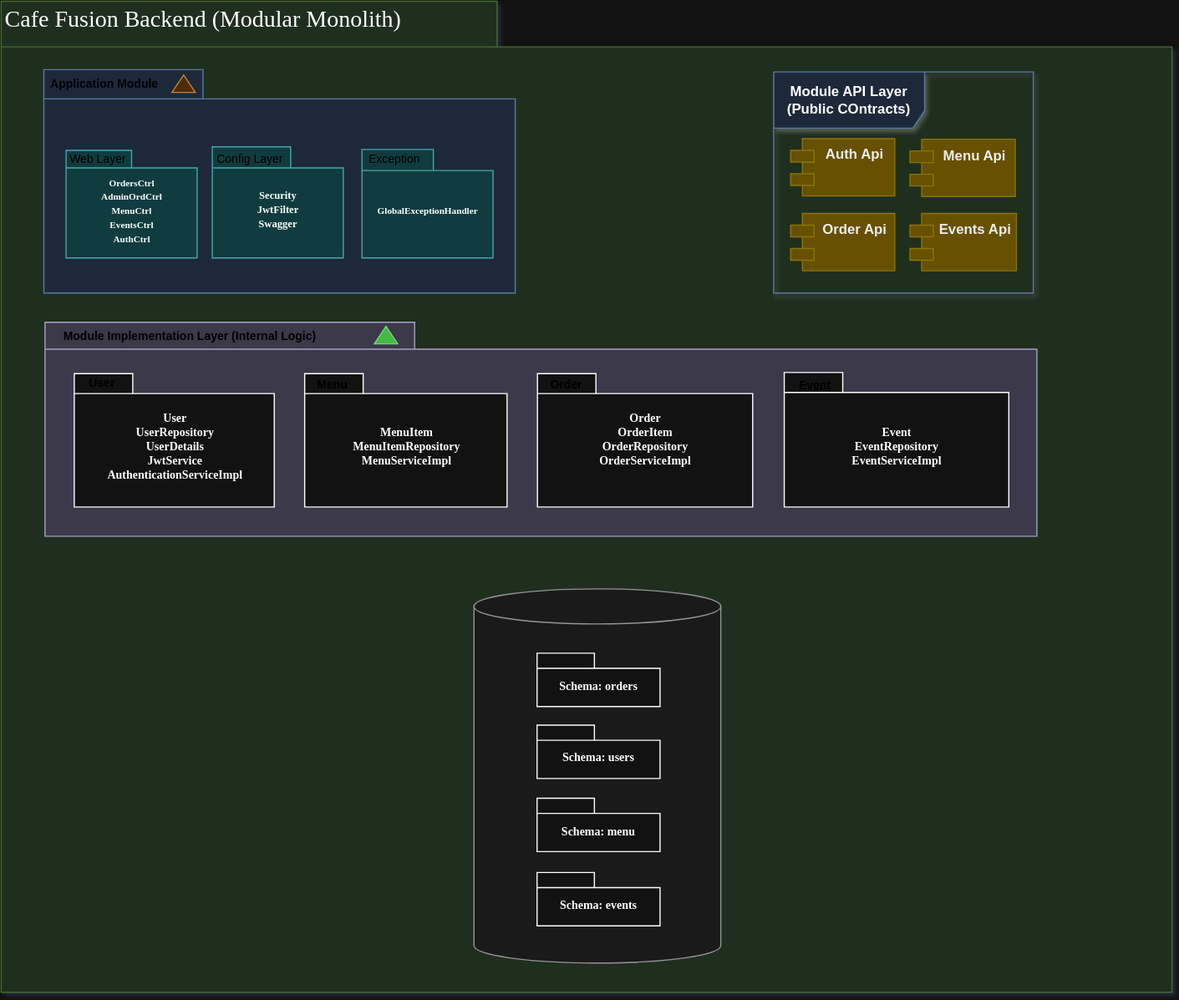
Above: modular-monolith-architecture.svg in Norwil/cafe-backend (draw.io), before the change. Source tidied: cells renumbered, new cells last; positions are measured from the earlier drawing's top-left corner, leaving out a move shared by most shapes. The source it was exported from:
```xml
<mxGraphModel>
  <root>
    <mxCell id="0" />
    <mxCell id="1" parent="0" />
    <mxCell id="2" style="shape=folder;fontStyle=1;spacingTop=10;tabWidth=424;tabHeight=39;tabPosition=left;html=1;rounded=0;shadow=0;comic=0;labelBackgroundColor=none;strokeWidth=1;fillColor=#d5e8d4;fontFamily=Verdana;fontSize=10;align=center;strokeColor=#82b366;" parent="1" vertex="1">
      <mxGeometry x="0.5" y="0.5" width="1001" height="847.5" as="geometry" />
    </mxCell>
    <mxCell id="3" style="shape=folder;fontStyle=1;spacingTop=10;tabWidth=316;tabHeight=23;tabPosition=left;html=1;rounded=0;shadow=0;comic=0;labelBackgroundColor=none;strokeWidth=1;fontFamily=Verdana;fontSize=10;align=center;fillColor=#d0cee2;strokeColor=#56517e;" parent="1" vertex="1">
      <mxGeometry x="38" y="275" width="848" height="183" as="geometry" />
    </mxCell>
    <mxCell id="4" style="triangle;whiteSpace=wrap;html=1;rounded=0;shadow=0;comic=0;labelBackgroundColor=none;strokeWidth=1;fontFamily=Verdana;fontSize=10;align=center;rotation=-90;fillColor=#008a00;strokeColor=#005700;fontColor=#ffffff;" parent="1" vertex="1">
      <mxGeometry x="322" y="276" width="15" height="20" as="geometry" />
    </mxCell>
    <mxCell id="5" value="User&lt;div&gt;UserRepository&lt;/div&gt;&lt;div&gt;UserDetails&lt;/div&gt;&lt;div&gt;JwtService&lt;/div&gt;&lt;div&gt;AuthenticationServiceImpl&lt;/div&gt;" style="shape=folder;fontStyle=1;spacingTop=10;tabWidth=50;tabHeight=17;tabPosition=left;html=1;rounded=0;shadow=0;comic=0;labelBackgroundColor=none;strokeWidth=1;fontFamily=Verdana;fontSize=10;align=center;" parent="1" vertex="1">
      <mxGeometry x="63" y="319" width="171" height="114" as="geometry" />
    </mxCell>
    <mxCell id="6" value="&lt;div&gt;MenuItem&lt;/div&gt;&lt;div&gt;MenuItemRepository&lt;/div&gt;&lt;div&gt;MenuServiceImpl&lt;/div&gt;" style="shape=folder;fontStyle=1;spacingTop=10;tabWidth=50;tabHeight=17;tabPosition=left;html=1;rounded=0;shadow=0;comic=0;labelBackgroundColor=none;strokeWidth=1;fontFamily=Verdana;fontSize=10;align=center;" parent="1" vertex="1">
      <mxGeometry x="260" y="319" width="173" height="114" as="geometry" />
    </mxCell>
    <mxCell id="7" value="&lt;font style=&quot;font-size: 20px;&quot; face=&quot;Verdana&quot;&gt;Cafe Fusion Backend (Modular Monolith)&lt;/font&gt;" style="text;html=1;align=left;verticalAlign=top;spacingTop=-4;fontSize=10;fontFamily=Verdana;" parent="1" vertex="1">
      <mxGeometry x="1.5" y="0.5" width="174.5" height="20" as="geometry" />
    </mxCell>
    <mxCell id="8" style="shape=folder;fontStyle=1;spacingTop=10;tabWidth=136;tabHeight=25;tabPosition=left;html=1;rounded=0;shadow=0;comic=0;labelBackgroundColor=none;strokeWidth=1;fontFamily=Verdana;fontSize=10;align=center;fillColor=#dae8fc;strokeColor=#6c8ebf;" parent="1" vertex="1">
      <mxGeometry x="37" y="59" width="403" height="191" as="geometry" />
    </mxCell>
    <mxCell id="9" value="&lt;font style=&quot;font-size: 9px;&quot;&gt;Security&lt;/font&gt;&lt;div&gt;&lt;font style=&quot;font-size: 9px;&quot;&gt;JwtFilter&lt;/font&gt;&lt;/div&gt;&lt;div&gt;&lt;font style=&quot;font-size: 9px;&quot;&gt;Swagger&lt;/font&gt;&lt;/div&gt;" style="shape=folder;fontStyle=1;spacingTop=10;tabWidth=67;tabHeight=18;tabPosition=left;html=1;rounded=0;shadow=0;comic=0;labelBackgroundColor=none;strokeWidth=1;fontFamily=Verdana;fontSize=10;align=center;fillColor=#b0e3e6;strokeColor=#0e8088;" parent="1" vertex="1">
      <mxGeometry x="181" y="125" width="112" height="95" as="geometry" />
    </mxCell>
    <mxCell id="10" style="triangle;whiteSpace=wrap;html=1;rounded=0;shadow=0;comic=0;labelBackgroundColor=none;strokeWidth=1;fontFamily=Verdana;fontSize=10;align=center;rotation=-90;fillColor=#fad7ac;strokeColor=#b46504;" parent="1" vertex="1">
      <mxGeometry x="149" y="61" width="15" height="20" as="geometry" />
    </mxCell>
    <mxCell id="11" value="&lt;div style=&quot;text-align: justify;&quot;&gt;&lt;span style=&quot;font-size: 10px; background-color: transparent; color: light-dark(rgb(0, 0, 0), rgb(255, 255, 255));&quot;&gt;&lt;b&gt;Application Module&lt;/b&gt;&lt;/span&gt;&lt;/div&gt;" style="text;html=1;whiteSpace=wrap;strokeColor=none;fillColor=none;align=center;verticalAlign=middle;rounded=0;fontSize=13;" parent="1" vertex="1">
      <mxGeometry x="38" y="59" width="102" height="22" as="geometry" />
    </mxCell>
    <mxCell id="12" value="&lt;font style=&quot;font-size: 8px;&quot;&gt;OrdersCtrl&lt;/font&gt;&lt;div&gt;&lt;font style=&quot;font-size: 8px;&quot;&gt;AdminOrdCtrl&lt;/font&gt;&lt;/div&gt;&lt;div&gt;&lt;font style=&quot;font-size: 8px;&quot;&gt;MenuCtrl&lt;/font&gt;&lt;/div&gt;&lt;div&gt;&lt;font style=&quot;font-size: 8px;&quot;&gt;EventsCtrl&lt;/font&gt;&lt;/div&gt;&lt;div&gt;&lt;font style=&quot;font-size: 8px;&quot;&gt;AuthCtrl&lt;/font&gt;&lt;/div&gt;" style="shape=folder;fontStyle=1;spacingTop=10;tabWidth=56;tabHeight=15;tabPosition=left;html=1;rounded=0;shadow=0;comic=0;labelBackgroundColor=none;strokeWidth=1;fontFamily=Verdana;fontSize=10;align=center;fillColor=#b0e3e6;strokeColor=#0e8088;" parent="1" vertex="1">
      <mxGeometry x="56" y="128" width="112" height="92" as="geometry" />
    </mxCell>
    <mxCell id="13" value="&lt;div style=&quot;text-align: justify;&quot;&gt;&lt;span style=&quot;font-size: 10px; background-color: transparent; color: light-dark(rgb(0, 0, 0), rgb(255, 255, 255));&quot;&gt;Web Layer&lt;/span&gt;&lt;/div&gt;" style="text;html=1;whiteSpace=wrap;strokeColor=none;fillColor=none;align=center;verticalAlign=middle;rounded=0;fontSize=13;" parent="1" vertex="1">
      <mxGeometry x="56" y="125" width="55" height="18" as="geometry" />
    </mxCell>
    <mxCell id="14" value="&lt;div style=&quot;text-align: justify;&quot;&gt;&lt;span style=&quot;font-size: 10px; background-color: transparent; color: light-dark(rgb(0, 0, 0), rgb(255, 255, 255));&quot;&gt;Config Layer&lt;/span&gt;&lt;/div&gt;" style="text;html=1;whiteSpace=wrap;strokeColor=none;fillColor=none;align=center;verticalAlign=middle;rounded=0;fontSize=13;" parent="1" vertex="1">
      <mxGeometry x="184" y="125" width="59" height="18" as="geometry" />
    </mxCell>
    <mxCell id="15" value="&lt;font style=&quot;font-size: 8px;&quot;&gt;GlobalExceptionHandler&lt;/font&gt;" style="shape=folder;fontStyle=1;spacingTop=10;tabWidth=61;tabHeight=18;tabPosition=left;html=1;rounded=0;shadow=0;comic=0;labelBackgroundColor=none;strokeWidth=1;fontFamily=Verdana;fontSize=10;align=center;fillColor=#b0e3e6;strokeColor=#0e8088;" parent="1" vertex="1">
      <mxGeometry x="309" y="127.2" width="112" height="92.8" as="geometry" />
    </mxCell>
    <mxCell id="16" value="&lt;div style=&quot;text-align: justify;&quot;&gt;&lt;span style=&quot;font-size: 10px; background-color: transparent; color: light-dark(rgb(0, 0, 0), rgb(255, 255, 255));&quot;&gt;Exception&lt;/span&gt;&lt;/div&gt;" style="text;html=1;whiteSpace=wrap;strokeColor=none;fillColor=none;align=center;verticalAlign=middle;rounded=0;fontSize=13;" parent="1" vertex="1">
      <mxGeometry x="306" y="125" width="62" height="18" as="geometry" />
    </mxCell>
    <mxCell id="17" value="&lt;b&gt;Module API Layer (Public COntracts)&lt;/b&gt;" style="shape=umlFrame;whiteSpace=wrap;html=1;width=129;height=48;fillColor=#dae8fc;strokeColor=#6c8ebf;shadow=1;swimlaneFillColor=none;gradientColor=none;fillStyle=auto;" parent="1" vertex="1">
      <mxGeometry x="661" y="61" width="222" height="189" as="geometry" />
    </mxCell>
    <mxCell id="18" value="&lt;b&gt;Auth Api&lt;/b&gt;" style="shape=module;align=center;spacingLeft=20;align=center;verticalAlign=top;whiteSpace=wrap;html=1;fillColor=#e3c800;strokeColor=#B09500;fontColor=#000000;" parent="1" vertex="1">
      <mxGeometry x="675.5" y="118" width="89" height="49" as="geometry" />
    </mxCell>
    <mxCell id="19" value="&lt;b&gt;Menu Api&lt;/b&gt;" style="shape=module;align=center;spacingLeft=20;align=center;verticalAlign=top;whiteSpace=wrap;html=1;fillColor=#e3c800;strokeColor=#B09500;fontColor=#000000;" parent="1" vertex="1">
      <mxGeometry x="777.5" y="118.5" width="90" height="49" as="geometry" />
    </mxCell>
    <mxCell id="20" value="&lt;b&gt;Order Api&lt;/b&gt;" style="shape=module;align=center;spacingLeft=20;align=center;verticalAlign=top;whiteSpace=wrap;html=1;fillColor=#e3c800;strokeColor=#B09500;fontColor=#000000;" parent="1" vertex="1">
      <mxGeometry x="675.5" y="182" width="89" height="49" as="geometry" />
    </mxCell>
    <mxCell id="21" value="&lt;b&gt;Events Api&lt;/b&gt;" style="shape=module;align=center;spacingLeft=20;align=center;verticalAlign=top;whiteSpace=wrap;html=1;fillColor=#e3c800;strokeColor=#B09500;fontColor=#000000;" parent="1" vertex="1">
      <mxGeometry x="777.5" y="182" width="91" height="49" as="geometry" />
    </mxCell>
    <mxCell id="22" value="Order&lt;div&gt;OrderItem&lt;br&gt;&lt;div&gt;OrderRepository&lt;/div&gt;&lt;div&gt;OrderServiceImpl&lt;/div&gt;&lt;div&gt;&lt;br&gt;&lt;/div&gt;&lt;/div&gt;" style="shape=folder;fontStyle=1;spacingTop=10;tabWidth=50;tabHeight=17;tabPosition=left;html=1;rounded=0;shadow=0;comic=0;labelBackgroundColor=none;strokeWidth=1;fontFamily=Verdana;fontSize=10;align=center;" parent="1" vertex="1">
      <mxGeometry x="459" y="319" width="184" height="114" as="geometry" />
    </mxCell>
    <mxCell id="23" value="Event&lt;div&gt;EventRepository&lt;/div&gt;&lt;div&gt;EventServiceImpl&lt;/div&gt;" style="shape=folder;fontStyle=1;spacingTop=10;tabWidth=50;tabHeight=17;tabPosition=left;html=1;rounded=0;shadow=0;comic=0;labelBackgroundColor=none;strokeWidth=1;fontFamily=Verdana;fontSize=10;align=center;" parent="1" vertex="1">
      <mxGeometry x="670" y="318" width="192" height="115" as="geometry" />
    </mxCell>
    <mxCell id="24" value="&lt;div style=&quot;text-align: justify;&quot;&gt;&lt;span style=&quot;font-size: 10px; background-color: transparent; color: light-dark(rgb(0, 0, 0), rgb(255, 255, 255));&quot;&gt;&lt;b&gt;Module Implementation Layer (Internal Logic)&amp;nbsp;&lt;/b&gt;&lt;/span&gt;&lt;/div&gt;" style="text;html=1;whiteSpace=wrap;strokeColor=none;fillColor=none;align=center;verticalAlign=middle;rounded=0;fontSize=13;" parent="1" vertex="1">
      <mxGeometry x="42" y="275" width="243" height="22" as="geometry" />
    </mxCell>
    <mxCell id="25" value="&lt;div style=&quot;text-align: justify;&quot;&gt;&lt;span style=&quot;font-size: 10px; background-color: transparent; color: light-dark(rgb(0, 0, 0), rgb(255, 255, 255));&quot;&gt;&lt;b&gt;Event&lt;/b&gt;&lt;/span&gt;&lt;/div&gt;" style="text;html=1;whiteSpace=wrap;strokeColor=none;fillColor=none;align=center;verticalAlign=middle;rounded=0;fontSize=13;" parent="1" vertex="1">
      <mxGeometry x="666" y="318" width="61" height="19" as="geometry" />
    </mxCell>
    <mxCell id="26" value="&lt;div style=&quot;text-align: justify;&quot;&gt;&lt;span style=&quot;font-size: 10px; background-color: transparent; color: light-dark(rgb(0, 0, 0), rgb(255, 255, 255));&quot;&gt;&lt;b&gt;User&lt;/b&gt;&lt;/span&gt;&lt;/div&gt;" style="text;html=1;whiteSpace=wrap;strokeColor=none;fillColor=none;align=center;verticalAlign=middle;rounded=0;fontSize=13;" parent="1" vertex="1">
      <mxGeometry x="62" y="318" width="50" height="16" as="geometry" />
    </mxCell>
    <mxCell id="27" value="&lt;div style=&quot;text-align: justify;&quot;&gt;&lt;span style=&quot;font-size: 10px; background-color: transparent; color: light-dark(rgb(0, 0, 0), rgb(255, 255, 255));&quot;&gt;&lt;b&gt;Order&lt;/b&gt;&lt;/span&gt;&lt;/div&gt;" style="text;html=1;whiteSpace=wrap;strokeColor=none;fillColor=none;align=center;verticalAlign=middle;rounded=0;fontSize=13;" parent="1" vertex="1">
      <mxGeometry x="459" y="319" width="50" height="16" as="geometry" />
    </mxCell>
    <mxCell id="28" value="&lt;div style=&quot;text-align: justify;&quot;&gt;&lt;span style=&quot;font-size: 10px; background-color: transparent; color: light-dark(rgb(0, 0, 0), rgb(255, 255, 255));&quot;&gt;&lt;b&gt;Menu&lt;/b&gt;&lt;/span&gt;&lt;/div&gt;" style="text;html=1;whiteSpace=wrap;strokeColor=none;fillColor=none;align=center;verticalAlign=middle;rounded=0;fontSize=13;" parent="1" vertex="1">
      <mxGeometry x="259" y="319" width="50" height="16" as="geometry" />
    </mxCell>
    <mxCell id="29" style="shape=cylinder3;whiteSpace=wrap;html=1;boundedLbl=1;backgroundOutline=1;size=15;fillColor=#f5f5f5;strokeColor=#666666;fontColor=#333333;" parent="1" vertex="1">
      <mxGeometry x="404.8" y="503" width="211" height="320" as="geometry" />
    </mxCell>
    <mxCell id="30" style="group;" parent="1" vertex="1">
      <mxGeometry x="426.8" y="745.5" width="127" height="47" as="geometry" />
    </mxCell>
    <mxCell id="31" value="Schema: events" style="shape=folder;fontStyle=1;spacingTop=10;tabWidth=49;tabHeight=13;tabPosition=left;html=1;rounded=0;shadow=0;comic=0;labelBackgroundColor=none;strokeWidth=1;fontFamily=Verdana;fontSize=10;align=center;" parent="30" vertex="1">
      <mxGeometry x="31.9" width="105.1" height="45.7" as="geometry" />
    </mxCell>
    <mxCell id="32" style="group;" parent="1" vertex="1">
      <mxGeometry x="426.8" y="682" width="127" height="47" as="geometry" />
    </mxCell>
    <mxCell id="33" value="Schema: menu" style="shape=folder;fontStyle=1;spacingTop=10;tabWidth=49;tabHeight=13;tabPosition=left;html=1;rounded=0;shadow=0;comic=0;labelBackgroundColor=none;strokeWidth=1;fontFamily=Verdana;fontSize=10;align=center;" parent="32" vertex="1">
      <mxGeometry x="31.9" width="105.1" height="45.7" as="geometry" />
    </mxCell>
    <mxCell id="34" style="group;" parent="1" vertex="1">
      <mxGeometry x="426.8" y="619.5" width="127" height="47" as="geometry" />
    </mxCell>
    <mxCell id="35" value="Schema: users" style="shape=folder;fontStyle=1;spacingTop=10;tabWidth=49;tabHeight=13;tabPosition=left;html=1;rounded=0;shadow=0;comic=0;labelBackgroundColor=none;strokeWidth=1;fontFamily=Verdana;fontSize=10;align=center;" parent="34" vertex="1">
      <mxGeometry x="31.9" width="105.1" height="45.7" as="geometry" />
    </mxCell>
    <mxCell id="36" style="group;" parent="1" vertex="1">
      <mxGeometry x="386.2" y="558" width="127" height="47" as="geometry" />
    </mxCell>
    <mxCell id="37" value="Schema: orders" style="shape=folder;fontStyle=1;spacingTop=10;tabWidth=49;tabHeight=13;tabPosition=left;html=1;rounded=0;shadow=0;comic=0;labelBackgroundColor=none;strokeWidth=1;fontFamily=Verdana;fontSize=10;align=center;" parent="36" vertex="1">
      <mxGeometry x="72.4" width="105.1" height="45.7" as="geometry" />
    </mxCell>
  </root>
</mxGraphModel>
```
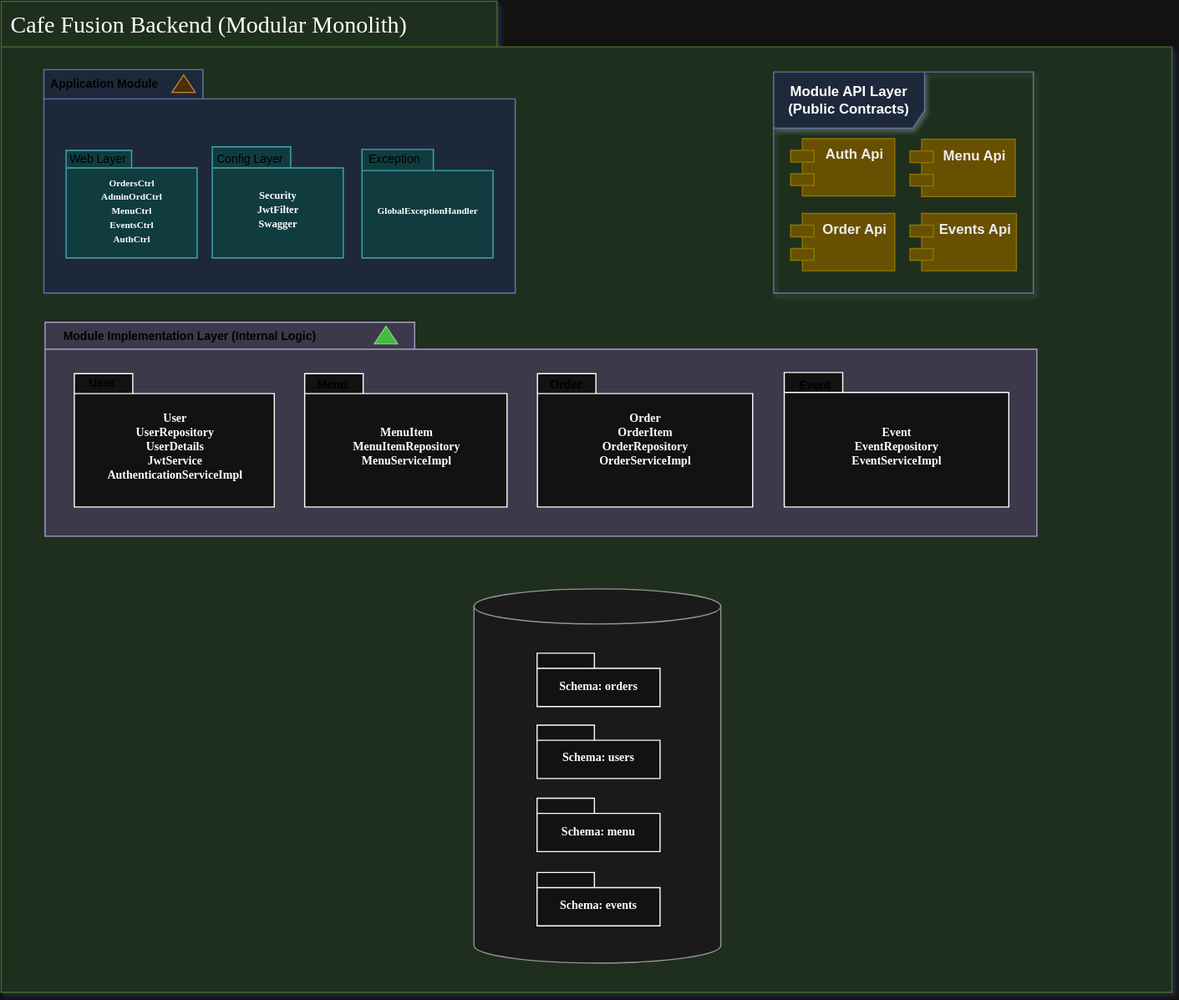
The same file after the commit.

Diff of the diagram source:
```diff
@@ -18,7 +18,7 @@
       <mxGeometry x="260" y="319" width="173" height="114" as="geometry" />
     </mxCell>
     <mxCell id="7" value="&lt;font style=&quot;font-size: 20px;&quot; face=&quot;Verdana&quot;&gt;Cafe Fusion Backend (Modular Monolith)&lt;/font&gt;" style="text;html=1;align=left;verticalAlign=top;spacingTop=-4;fontSize=10;fontFamily=Verdana;" parent="1" vertex="1">
-      <mxGeometry x="1.5" y="0.5" width="174.5" height="20" as="geometry" />
+      <mxGeometry x="6.5" y="6" width="426.5" height="20" as="geometry" />
     </mxCell>
     <mxCell id="8" style="shape=folder;fontStyle=1;spacingTop=10;tabWidth=136;tabHeight=25;tabPosition=left;html=1;rounded=0;shadow=0;comic=0;labelBackgroundColor=none;strokeWidth=1;fontFamily=Verdana;fontSize=10;align=center;fillColor=#dae8fc;strokeColor=#6c8ebf;" parent="1" vertex="1">
       <mxGeometry x="37" y="59" width="403" height="191" as="geometry" />
@@ -47,7 +47,7 @@
     <mxCell id="16" value="&lt;div style=&quot;text-align: justify;&quot;&gt;&lt;span style=&quot;font-size: 10px; background-color: transparent; color: light-dark(rgb(0, 0, 0), rgb(255, 255, 255));&quot;&gt;Exception&lt;/span&gt;&lt;/div&gt;" style="text;html=1;whiteSpace=wrap;strokeColor=none;fillColor=none;align=center;verticalAlign=middle;rounded=0;fontSize=13;" parent="1" vertex="1">
       <mxGeometry x="306" y="125" width="62" height="18" as="geometry" />
     </mxCell>
-    <mxCell id="17" value="&lt;b&gt;Module API Layer (Public COntracts)&lt;/b&gt;" style="shape=umlFrame;whiteSpace=wrap;html=1;width=129;height=48;fillColor=#dae8fc;strokeColor=#6c8ebf;shadow=1;swimlaneFillColor=none;gradientColor=none;fillStyle=auto;" parent="1" vertex="1">
+    <mxCell id="17" value="&lt;b&gt;Module API Layer (Public Contracts)&lt;/b&gt;" style="shape=umlFrame;whiteSpace=wrap;html=1;width=129;height=48;fillColor=#dae8fc;strokeColor=#6c8ebf;shadow=1;swimlaneFillColor=none;gradientColor=none;fillStyle=auto;" parent="1" vertex="1">
       <mxGeometry x="661" y="61" width="222" height="189" as="geometry" />
     </mxCell>
     <mxCell id="18" value="&lt;b&gt;Auth Api&lt;/b&gt;" style="shape=module;align=center;spacingLeft=20;align=center;verticalAlign=top;whiteSpace=wrap;html=1;fillColor=#e3c800;strokeColor=#B09500;fontColor=#000000;" parent="1" vertex="1">
```
